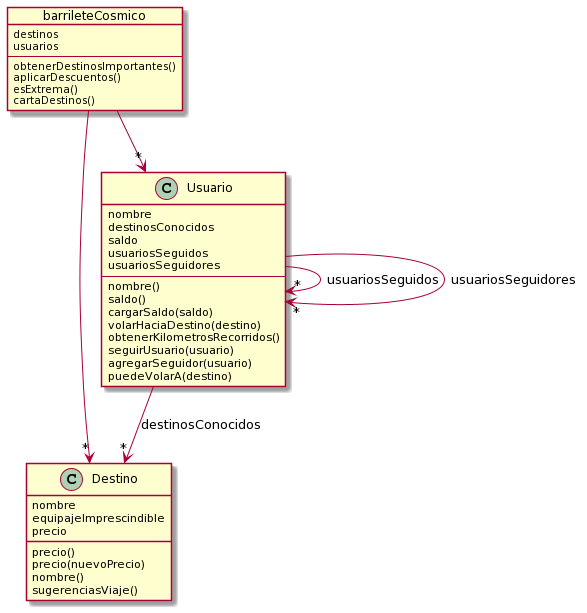
Before: diagrama-uml.png, a diagram exported from PlantUML (horosco95/2020-pdep-tp-objetos-grupal).
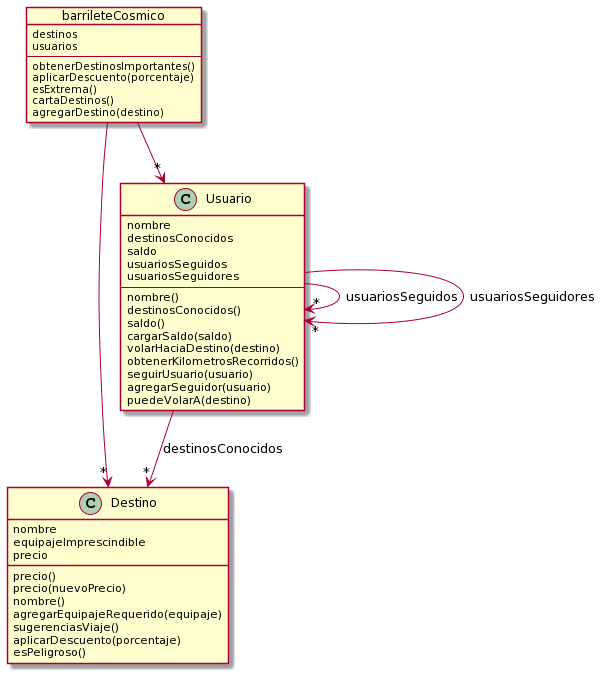
Above is the later version.

What changed in the source:
```diff
@@ -4,9 +4,10 @@
 usuarios
 --
 obtenerDestinosImportantes()
-aplicarDescuentos()
+aplicarDescuento(porcentaje)
 esExtrema()
 cartaDestinos()
+agregarDestino(destino)
 }
 
 class Destino {
@@ -16,7 +17,10 @@
 precio()
 precio(nuevoPrecio)
 nombre()
+agregarEquipajeRequerido(equipaje)
 sugerenciasViaje()
+aplicarDescuento(porcentaje)
+esPeligroso()
 }
 
 class Usuario {
@@ -27,6 +31,7 @@
 usuariosSeguidores
 --
 nombre()
+destinosConocidos()
 saldo()
 cargarSaldo(saldo)
 volarHaciaDestino(destino)
```
